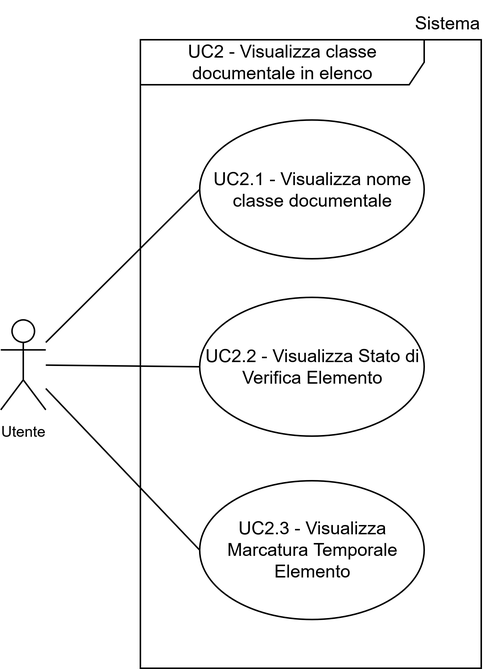
Earlier version of the draw.io export assets/uml/UC2INC.png (7-ZPUs/Docs). Source tidied: cells renumbered, new cells last; positions are measured from the earlier drawing's top-left corner, leaving out a move shared by most shapes.
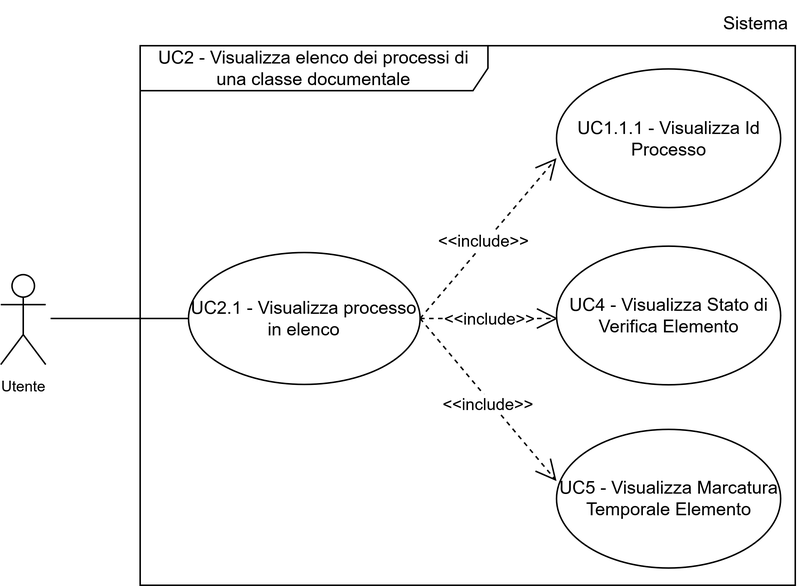
After the change.

Change to the diagram source:
```diff
@@ -2,32 +2,46 @@
   <root>
     <mxCell id="0" />
     <mxCell id="1" parent="0" />
-    <mxCell id="2" value="UC2.1 - Visualizza nome classe documentale" style="ellipse;whiteSpace=wrap;html=1;" parent="1" vertex="1">
-      <mxGeometry x="132.5" y="79.5" width="149.5" height="92.5" as="geometry" />
+    <mxCell id="2" value="&lt;font style=&quot;font-size: 10px;&quot;&gt;Utente&lt;/font&gt;" style="shape=umlActor;verticalLabelPosition=bottom;verticalAlign=top;html=1;outlineConnect=0;" parent="1" vertex="1">
+      <mxGeometry x="-611" y="942.8" width="30" height="60" as="geometry" />
     </mxCell>
-    <mxCell id="3" style="rounded=0;jettySize=auto;html=1;entryX=0;entryY=0.5;entryDx=0;entryDy=0;strokeColor=default;endArrow=none;endFill=0;" parent="1" edge="1" source="4" target="2">
-      <mxGeometry relative="1" as="geometry" />
+    <mxCell id="3" value="&lt;font style=&quot;font-size: 12px;&quot;&gt;Sistema&lt;/font&gt;" style="text;html=1;whiteSpace=wrap;strokeColor=none;fillColor=none;align=center;verticalAlign=middle;rounded=0;fontSize=10;" parent="1" vertex="1">
+      <mxGeometry x="-136.8" y="760" width="60" height="30" as="geometry" />
     </mxCell>
-    <mxCell id="4" value="&lt;font style=&quot;font-size: 10px;&quot;&gt;Utente&lt;/font&gt;" style="shape=umlActor;verticalLabelPosition=bottom;verticalAlign=top;html=1;outlineConnect=0;" parent="1" vertex="1">
-      <mxGeometry y="212.8" width="30" height="60" as="geometry" />
+    <mxCell id="4" value="&lt;div&gt;UC2 - Visualizza elenco dei processi di una classe documentale&lt;/div&gt;" style="shape=umlFrame;whiteSpace=wrap;html=1;width=232;height=30;" parent="1" vertex="1">
+      <mxGeometry x="-518" y="790" width="437" height="360" as="geometry" />
     </mxCell>
-    <mxCell id="5" value="&lt;font style=&quot;font-size: 12px;&quot;&gt;Sistema&lt;/font&gt;" style="text;html=1;whiteSpace=wrap;strokeColor=none;fillColor=none;align=center;verticalAlign=middle;rounded=0;fontSize=10;" parent="1" vertex="1">
-      <mxGeometry x="268" width="60" height="30" as="geometry" />
+    <mxCell id="5" value="UC2.1 - Visualizza processo in elenco" style="ellipse;whiteSpace=wrap;html=1;" parent="1" vertex="1">
+      <mxGeometry x="-485.8" y="928" width="154.5" height="88" as="geometry" />
     </mxCell>
-    <mxCell id="6" value="UC2 - Visualizza classe documentale in elenco" style="shape=umlFrame;whiteSpace=wrap;html=1;width=189;height=30;" parent="1" vertex="1">
-      <mxGeometry x="93" y="26" width="227" height="419" as="geometry" />
+    <mxCell id="6" style="endArrow=none;html=1;rounded=0;entryX=0;entryY=0.5;entryDx=0;entryDy=0;" parent="1" edge="1" target="5">
+      <mxGeometry relative="1" as="geometry">
+        <mxPoint x="-577.8" y="972" as="sourcePoint" />
+      </mxGeometry>
     </mxCell>
-    <mxCell id="7" value="UC2.2 - Visualizza Stato di Verifica Elemento" style="ellipse;whiteSpace=wrap;html=1;" parent="1" vertex="1">
-      <mxGeometry x="132.5" y="197.8" width="149.5" height="92.5" as="geometry" />
+    <mxCell id="7" value="&amp;lt;&amp;lt;include&amp;gt;&amp;gt;" style="endArrow=open;endSize=12;dashed=1;html=1;rounded=0;exitX=1;exitY=0.5;exitDx=0;exitDy=0;entryX=0;entryY=0.5;entryDx=0;entryDy=0;" parent="1" edge="1" source="5">
+      <mxGeometry x="-0.05" y="1" relative="1" as="geometry">
+        <mxPoint x="-240.2" y="865" as="targetPoint" />
+      </mxGeometry>
     </mxCell>
-    <mxCell id="8" style="rounded=0;jettySize=auto;html=1;entryX=0;entryY=0.5;entryDx=0;entryDy=0;strokeColor=default;endArrow=none;endFill=0;" parent="1" edge="1" source="4" target="7">
-      <mxGeometry relative="1" as="geometry" />
+    <mxCell id="8" value="&amp;lt;&amp;lt;include&amp;gt;&amp;gt;" style="endArrow=open;endSize=12;dashed=1;html=1;rounded=0;exitX=1;exitY=0.5;exitDx=0;exitDy=0;entryX=0;entryY=0.5;entryDx=0;entryDy=0;" parent="1" edge="1" source="5">
+      <mxGeometry x="-0.01" relative="1" as="geometry">
+        <mxPoint x="-239.2" y="972" as="targetPoint" />
+      </mxGeometry>
     </mxCell>
-    <mxCell id="9" value="UC2.3 - Visualizza Marcatura Temporale Elemento" style="ellipse;whiteSpace=wrap;html=1;" parent="1" vertex="1">
-      <mxGeometry x="132.5" y="320" width="149.5" height="92.5" as="geometry" />
+    <mxCell id="9" value="&amp;lt;&amp;lt;include&amp;gt;&amp;gt;" style="endArrow=open;endSize=12;dashed=1;html=1;rounded=0;exitX=1;exitY=0.5;exitDx=0;exitDy=0;entryX=0;entryY=0.5;entryDx=0;entryDy=0;" parent="1" edge="1" source="5">
+      <mxGeometry x="0.04" y="-2" relative="1" as="geometry">
+        <mxPoint x="-240.2" y="1080.5" as="targetPoint" />
+      </mxGeometry>
     </mxCell>
-    <mxCell id="10" style="rounded=0;jettySize=auto;html=1;entryX=0;entryY=0.5;entryDx=0;entryDy=0;strokeColor=default;endArrow=none;endFill=0;" parent="1" edge="1" source="4" target="9">
-      <mxGeometry relative="1" as="geometry" />
+    <mxCell id="10" value="UC1.1.1 - Visualizza Id Processo" style="ellipse;whiteSpace=wrap;html=1;" parent="1" vertex="1">
+      <mxGeometry x="-240.2" y="805.5" width="149.5" height="92.5" as="geometry" />
     </mxCell>
+    <mxCell id="11" value="UC4 - Visualizza Stato di Verifica Elemento" style="ellipse;whiteSpace=wrap;html=1;" parent="1" vertex="1">
+      <mxGeometry x="-240.2" y="923.8" width="149.5" height="92.5" as="geometry" />
+    </mxCell>
+    <mxCell id="12" value="UC5 - Visualizza Marcatura Temporale Elemento" style="ellipse;whiteSpace=wrap;html=1;" parent="1" vertex="1">
+      <mxGeometry x="-240.2" y="1046" width="149.5" height="92.5" as="geometry" />
+    </mxCell>
   </root>
 </mxGraphModel>
```
